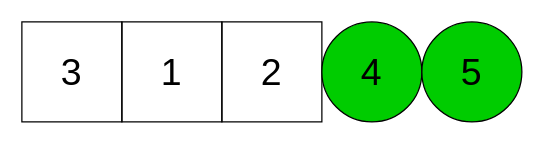
justin-leong/Website_DataStructuresAndAlgorithm keeps this draw.io diagram as Images/Draw.io Files/bubbleSortHome.drawio. Above is the earlier version. Source tidied: cells renumbered, new cells numbered last; positions are measured from the earlier drawing's top-left corner, leaving out a move shared by most shapes. Both pictures are drawn from the tidied source at 125%, with x=0, y=0 at pixel (21, 21).
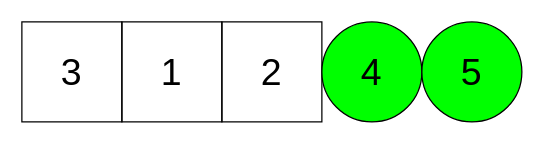
After the change.

Commit message (it also covers changes not shown here):
Updated BFS and DFS home container graphic

What changed in the source:
```diff
@@
 <mxGraphModel>
   <root>
     <mxCell id="0" />
     <mxCell id="1" parent="0" />
     <mxCell id="2" value="&lt;font style=&quot;font-size: 30px&quot;&gt;3&lt;/font&gt;" style="whiteSpace=wrap;html=1;fillColor=none;" parent="1" vertex="1">
       <mxGeometry width="80" height="80" as="geometry" />
     </mxCell>
     <mxCell id="3" value="&lt;font style=&quot;font-size: 30px&quot;&gt;1&lt;/font&gt;" style="whiteSpace=wrap;html=1;fillColor=none;" parent="1" vertex="1">
       <mxGeometry x="80" width="80" height="80" as="geometry" />
     </mxCell>
     <mxCell id="4" value="&lt;font style=&quot;font-size: 30px&quot;&gt;2&lt;/font&gt;" style="whiteSpace=wrap;html=1;fillColor=none;" parent="1" vertex="1">
       <mxGeometry x="160" width="80" height="80" as="geometry" />
     </mxCell>
-    <mxCell id="5" value="&lt;font style=&quot;font-size: 30px&quot;&gt;4&lt;/font&gt;" style="ellipse;whiteSpace=wrap;html=1;fillColor=#00CC00;" parent="1" vertex="1">
+    <mxCell id="5" value="&lt;font style=&quot;font-size: 30px&quot;&gt;4&lt;/font&gt;" style="ellipse;whiteSpace=wrap;html=1;fillColor=#00FF00;" parent="1" vertex="1">
       <mxGeometry x="240" width="80" height="80" as="geometry" />
     </mxCell>
-    <mxCell id="6" value="&lt;font style=&quot;font-size: 30px&quot;&gt;5&lt;/font&gt;" style="ellipse;whiteSpace=wrap;html=1;fillColor=#00CC00;" parent="1" vertex="1">
+    <mxCell id="6" value="&lt;font style=&quot;font-size: 30px&quot;&gt;5&lt;/font&gt;" style="ellipse;whiteSpace=wrap;html=1;fillColor=#00FF00;" parent="1" vertex="1">
       <mxGeometry x="320" width="80" height="80" as="geometry" />
     </mxCell>
   </root>
 </mxGraphModel>
```
